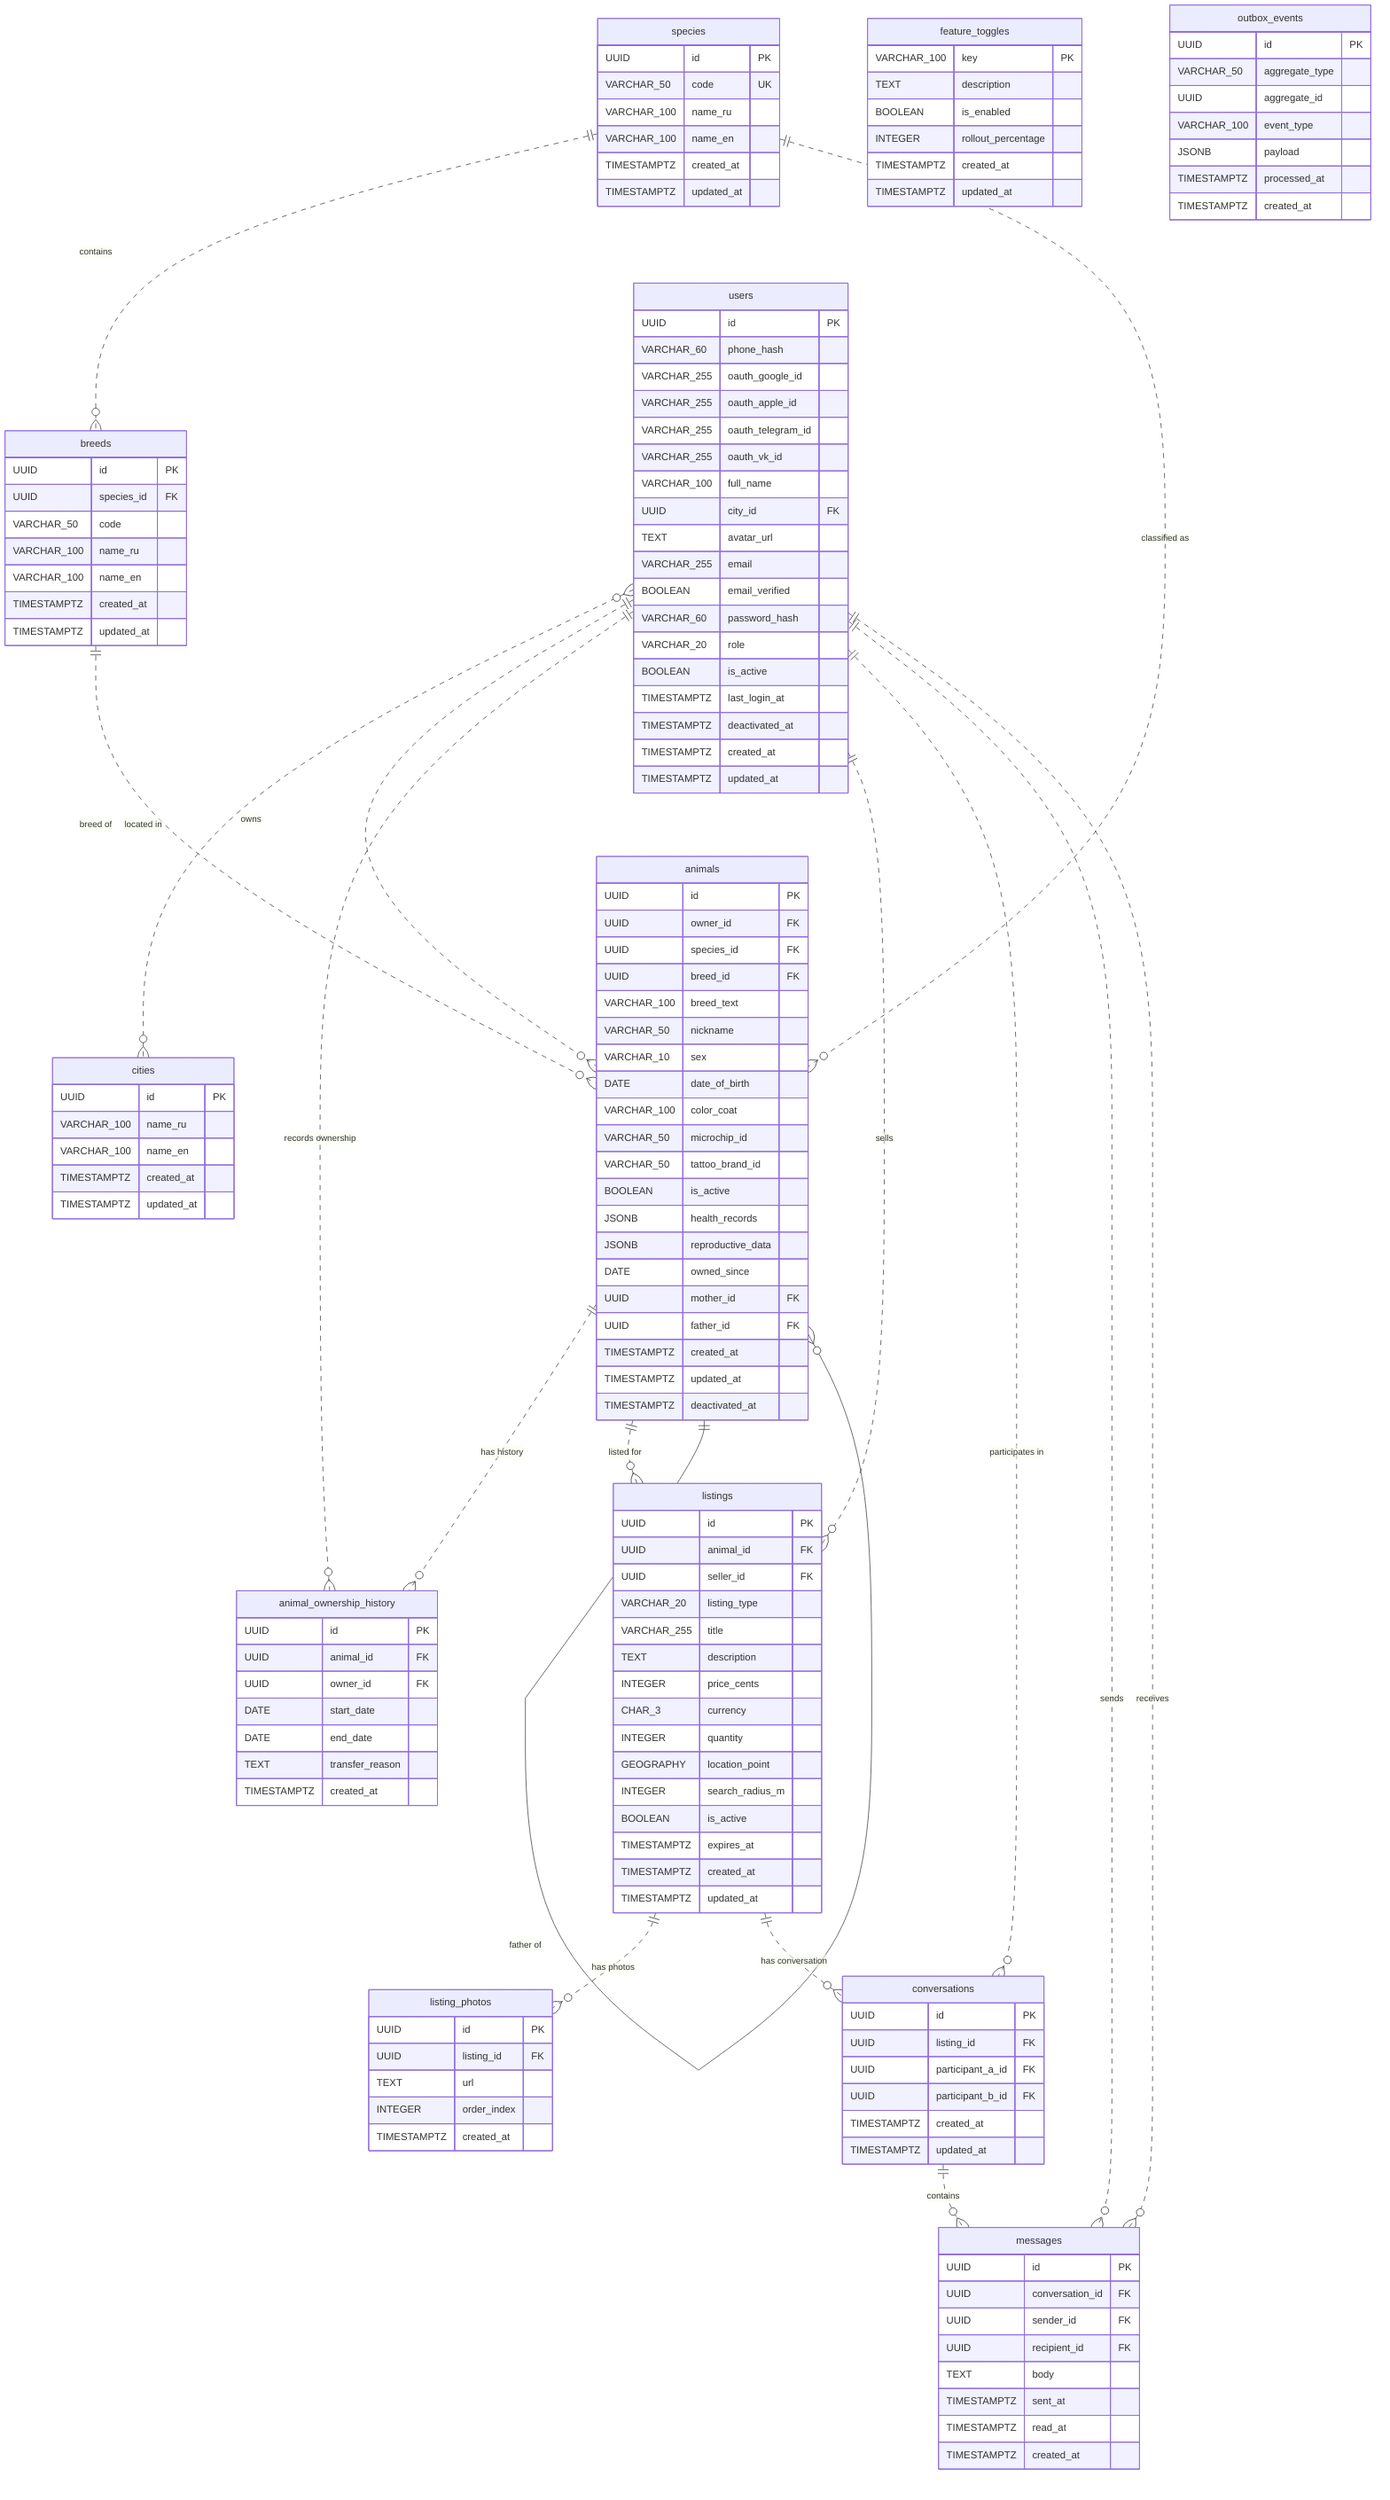
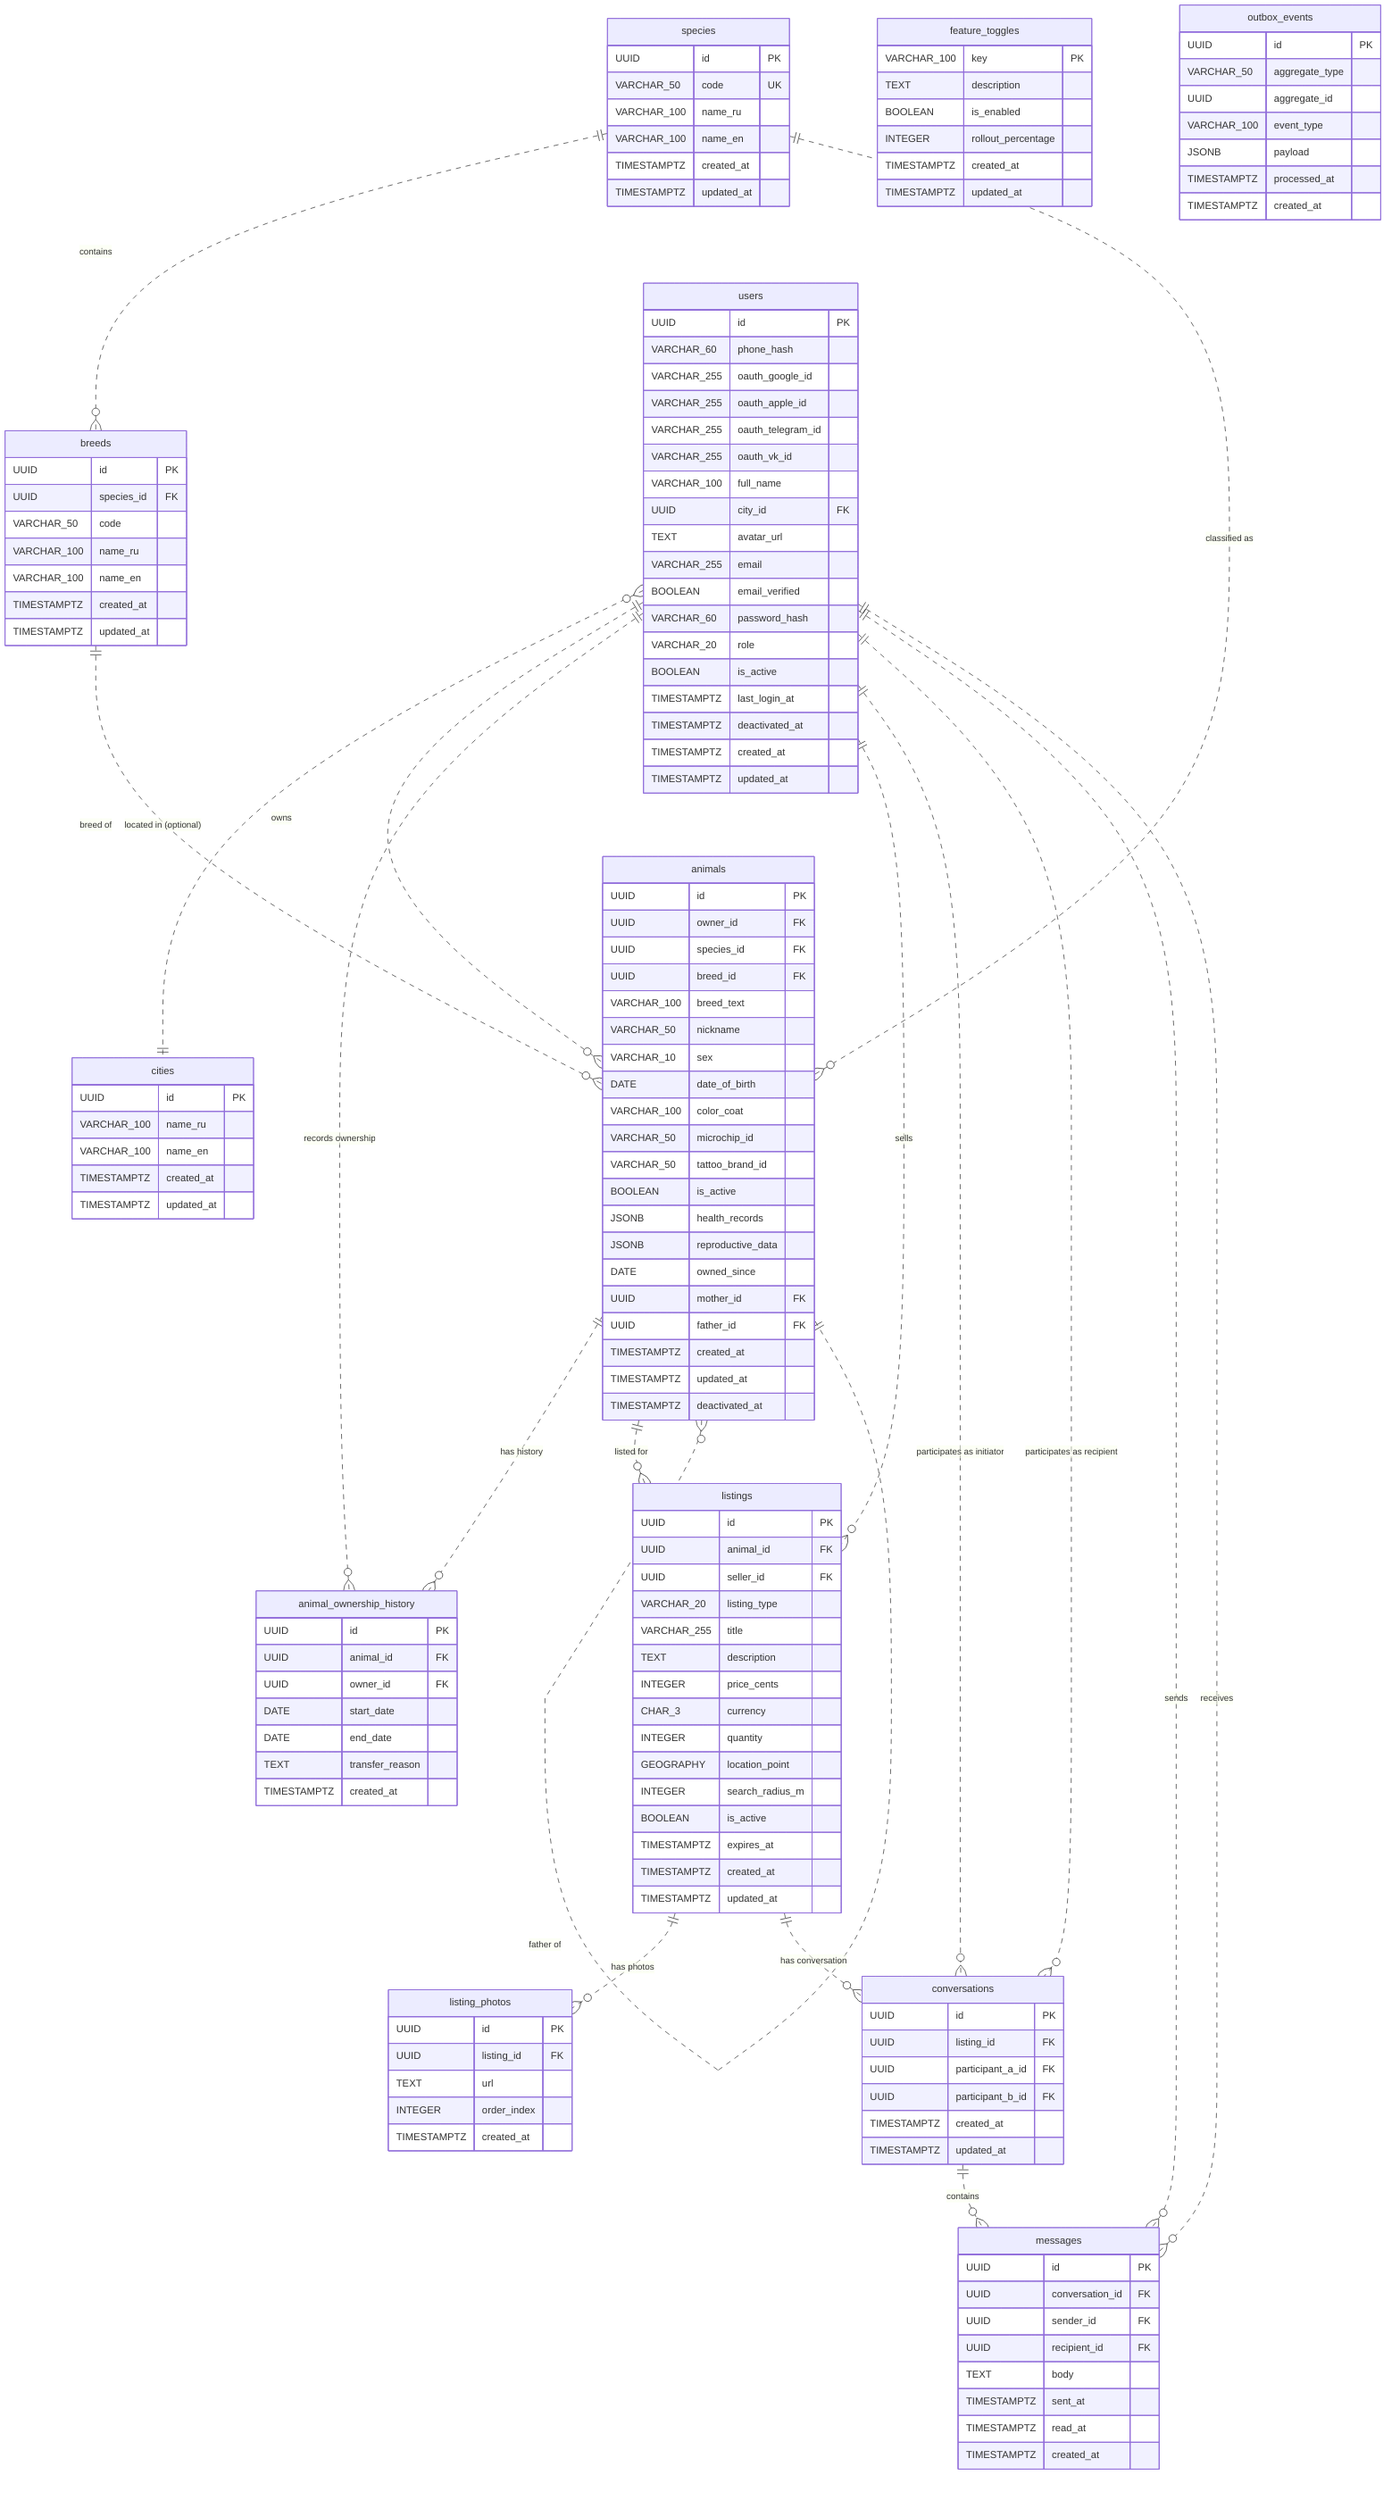
erDiagram
    %% Reference Data Tables
    species {
        UUID id PK
        VARCHAR_50 code UK
        VARCHAR_100 name_ru
        VARCHAR_100 name_en
        TIMESTAMPTZ created_at
        TIMESTAMPTZ updated_at
    }
    breeds {
        UUID id PK
        UUID species_id FK
        VARCHAR_50 code
        VARCHAR_100 name_ru
        VARCHAR_100 name_en
        TIMESTAMPTZ created_at
        TIMESTAMPTZ updated_at
        %% UK (species_id, code)
    }
    cities {
        UUID id PK
        VARCHAR_100 name_ru
        VARCHAR_100 name_en
        TIMESTAMPTZ created_at
        TIMESTAMPTZ updated_at
    }

    %% Identity Domain
    users {
        UUID id PK
        VARCHAR_60 phone_hash
        VARCHAR_255 oauth_google_id
        VARCHAR_255 oauth_apple_id
        VARCHAR_255 oauth_telegram_id
        VARCHAR_255 oauth_vk_id
        VARCHAR_100 full_name
        UUID city_id FK
        TEXT avatar_url
        VARCHAR_255 email
        BOOLEAN email_verified
        VARCHAR_60 password_hash
        VARCHAR_20 role
        BOOLEAN is_active
        TIMESTAMPTZ last_login_at
        TIMESTAMPTZ deactivated_at
        TIMESTAMPTZ created_at
        TIMESTAMPTZ updated_at
    }

    %% Animal Domain
    animals {
        UUID id PK
        UUID owner_id FK
        UUID species_id FK
        UUID breed_id FK
        VARCHAR_100 breed_text
        VARCHAR_50 nickname
        VARCHAR_10 sex
        DATE date_of_birth
        VARCHAR_100 color_coat
        VARCHAR_50 microchip_id
        VARCHAR_50 tattoo_brand_id
        BOOLEAN is_active
        JSONB health_records
        JSONB reproductive_data
        DATE owned_since
        UUID mother_id FK
        UUID father_id FK
        TIMESTAMPTZ created_at
        TIMESTAMPTZ updated_at
        TIMESTAMPTZ deactivated_at
    }
    animal_ownership_history {
        UUID id PK
        UUID animal_id FK
        UUID owner_id FK
        DATE start_date
        DATE end_date
        TEXT transfer_reason
        TIMESTAMPTZ created_at
    }

    %% Marketplace/Listings Domain
    listings {
        UUID id PK
        UUID animal_id FK
        UUID seller_id FK
        VARCHAR_20 listing_type
        VARCHAR_255 title
        TEXT description
        INTEGER price_cents
        CHAR_3 currency
        INTEGER quantity
        GEOGRAPHY location_point
        INTEGER search_radius_m
        BOOLEAN is_active
        TIMESTAMPTZ expires_at
        TIMESTAMPTZ created_at
        TIMESTAMPTZ updated_at
    }
    listing_photos {
        UUID id PK
        UUID listing_id FK
        TEXT url
        INTEGER order_index
        TIMESTAMPTZ created_at
    }
    conversations {
        UUID id PK
        UUID listing_id FK
        UUID participant_a_id FK
        UUID participant_b_id FK
        TIMESTAMPTZ created_at
        TIMESTAMPTZ updated_at
    }
    messages {
        UUID id PK
        UUID conversation_id FK
        UUID sender_id FK
        UUID recipient_id FK
        TEXT body
        TIMESTAMPTZ sent_at
        TIMESTAMPTZ read_at
        TIMESTAMPTZ created_at
    }

    %% Extensibility / System Tables
    feature_toggles {
        VARCHAR_100 key PK
        TEXT description
        BOOLEAN is_enabled
        INTEGER rollout_percentage
        TIMESTAMPTZ created_at
        TIMESTAMPTZ updated_at
    }
    outbox_events {
        UUID id PK
        VARCHAR_50 aggregate_type
        UUID aggregate_id
        VARCHAR_100 event_type
        JSONB payload
        TIMESTAMPTZ processed_at
        TIMESTAMPTZ created_at
    }

    %% Relationships
    species ||..o{ breeds : "contains"
    species ||..o{ animals : "classified as"
    breeds ||..o{ animals : "breed of"
-     users }o..o{ cities : "located in"
+     users }o..|| cities : "located in (optional)"
    users ||..o{ animals : "owns"
    users ||..o{ animal_ownership_history : "records ownership"
    users ||..o{ listings : "sells"
-     users ||..o{ conversations : "participates in"
+     users ||..o{ conversations : "participates as initiator"
+     users ||..o{ conversations : "participates as recipient"
    users ||..o{ messages : "sends"
    users ||..o{ messages : "receives"
    animals ||..o{ animal_ownership_history : "has history"
    animals ||..o{ listings : "listed for"
-     animals ||--o{ animals : "mother of"
-     animals ||--o{ animals : "father of"
+     animals }o..|| animals : "mother of"
+     animals }o..|| animals : "father of"
    listings ||..o{ listing_photos : "has photos"
    listings ||..o{ conversations : "has conversation"
    conversations ||..o{ messages : "contains"